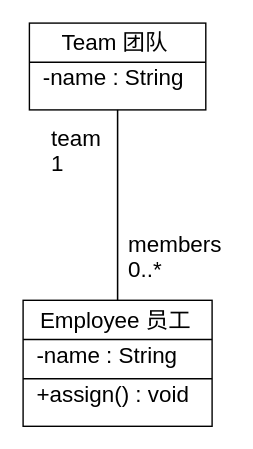
Earlier version of the draw.io diagram docs/images/team.drawio (ASU1127/clean-uml-lab). Source tidied: cells renumbered, new cells numbered last; positions are measured from the earlier drawing's top-left corner, leaving out a move shared by most shapes. Both pictures are drawn from the tidied source at 140%, with x=0, y=0 at pixel (-11, -11).
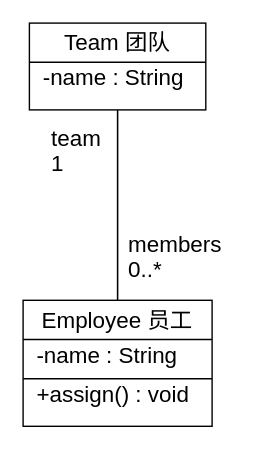
Above is the later version.

What changed in the source:
```diff
@@
-    <mxCell id="2" style="rounded=0;html=0;fillColor=#FFFFFF;strokeColor=#000000;strokeWidth=1;" parent="1" vertex="1">
+    <mxCell id="2" style="rounded=0;html=0;fillColor=#FFFFFF;strokeColor=#000000;strokeWidth=1;allowGaps=1;stackUnitSize=0.5;groupPadding=0;" parent="1" vertex="1">
       <mxGeometry x="24" y="222" width="135" height="90" as="geometry" />
     </mxCell>
-    <mxCell id="3" value="Employee 员工" style="text;html=0;strokeColor=none;fillColor=none;align=left;verticalAlign=top;spacing=0;fontFamily=Arial;fontSize=16;fontColor=#000000;whiteSpace=nowrap;overflow=visible;fontStyle=0;" parent="2" vertex="1">
-      <mxGeometry x="0.5" width="114" height="20" relative="1" as="geometry">
-        <mxPoint x="-55" as="offset" />
-      </mxGeometry>
+    <mxCell id="3" value="Employee 员工" style="swimlane;html=0;strokeColor=none;fillColor=none;align=center;verticalAlign=top;spacing=0;fontFamily=Arial;fontSize=16;fontColor=#000000;whiteSpace=nowrap;overflow=visible;fontStyle=0;swimlaneFillColor=none;separatorColor=none;startSize=20;horizontal=1;autosizeGrid=0;" parent="2" vertex="1" collapsed="1">
+      <mxGeometry width="135" height="20" as="geometry" />
     </mxCell>
-    <mxCell id="4" value="-name : String" style="text;html=0;strokeColor=none;fillColor=none;align=left;verticalAlign=top;spacing=0;fontFamily=Arial;fontSize=16;fontColor=#000000;whiteSpace=nowrap;overflow=visible;fontStyle=0;" parent="2" vertex="1">
-      <mxGeometry x="10" y="25" width="106" height="20" as="geometry" />
+    <mxCell id="4" value="-name : String" style="text;html=0;strokeColor=none;fillColor=none;align=left;verticalAlign=top;spacing=0;fontFamily=Arial;fontSize=16;fontColor=#000000;whiteSpace=nowrap;overflow=visible;fontStyle=0;spacingLeft=10;spacingRight=10;spacingTop=-5;autosizeGrid=0;" parent="2" vertex="1">
+      <mxGeometry y="30" width="135" height="20" as="geometry" />
     </mxCell>
-    <mxCell id="5" value="+assign() : void" style="text;html=0;strokeColor=none;fillColor=none;align=left;verticalAlign=top;spacing=0;fontFamily=Arial;fontSize=16;fontColor=#000000;whiteSpace=nowrap;overflow=visible;fontStyle=0;" parent="2" vertex="1">
-      <mxGeometry x="10" y="53" width="115" height="20" as="geometry" />
+    <mxCell id="5" value="+assign() : void" style="text;html=0;strokeColor=none;fillColor=none;align=left;verticalAlign=top;spacing=0;fontFamily=Arial;fontSize=16;fontColor=#000000;whiteSpace=nowrap;overflow=visible;fontStyle=0;spacingLeft=10;spacingRight=10;spacingTop=-5;autosizeGrid=0;" parent="2" vertex="1">
+      <mxGeometry y="58" width="135" height="20" as="geometry" />
     </mxCell>
@@
-    <mxCell id="8" style="rounded=0;html=0;fillColor=#FFFFFF;strokeColor=#000000;strokeWidth=1;" parent="1" vertex="1">
+    <mxCell id="8" style="rounded=0;html=0;fillColor=#FFFFFF;strokeColor=#000000;strokeWidth=1;allowGaps=1;stackUnitSize=0.5;groupPadding=0;" parent="1" vertex="1">
       <mxGeometry x="28.5" y="24" width="126" height="62" as="geometry" />
     </mxCell>
-    <mxCell id="9" value="Team 团队" style="text;html=0;strokeColor=none;fillColor=none;align=left;verticalAlign=top;spacing=0;fontFamily=Arial;fontSize=16;fontColor=#000000;whiteSpace=nowrap;overflow=visible;fontStyle=0;" parent="8" vertex="1">
-      <mxGeometry x="0.5" width="83" height="20" relative="1" as="geometry">
-        <mxPoint x="-39.5" as="offset" />
-      </mxGeometry>
+    <mxCell id="9" value="Team 团队" style="swimlane;html=0;strokeColor=none;fillColor=none;align=center;verticalAlign=top;spacing=0;fontFamily=Arial;fontSize=16;fontColor=#000000;whiteSpace=nowrap;overflow=visible;fontStyle=0;swimlaneFillColor=none;separatorColor=none;startSize=20;horizontal=1;autosizeGrid=0;" parent="8" vertex="1" collapsed="1">
+      <mxGeometry width="126" height="20" as="geometry" />
     </mxCell>
-    <mxCell id="10" value="-name : String" style="text;html=0;strokeColor=none;fillColor=none;align=left;verticalAlign=top;spacing=0;fontFamily=Arial;fontSize=16;fontColor=#000000;whiteSpace=nowrap;overflow=visible;fontStyle=0;" parent="8" vertex="1">
-      <mxGeometry x="10" y="25" width="106" height="20" as="geometry" />
+    <mxCell id="10" value="-name : String" style="text;html=0;strokeColor=none;fillColor=none;align=left;verticalAlign=top;spacing=0;fontFamily=Arial;fontSize=16;fontColor=#000000;whiteSpace=nowrap;overflow=visible;fontStyle=0;spacingLeft=10;spacingRight=10;spacingTop=-5;autosizeGrid=0;" parent="8" vertex="1">
+      <mxGeometry y="30" width="126" height="20" as="geometry" />
     </mxCell>
```
